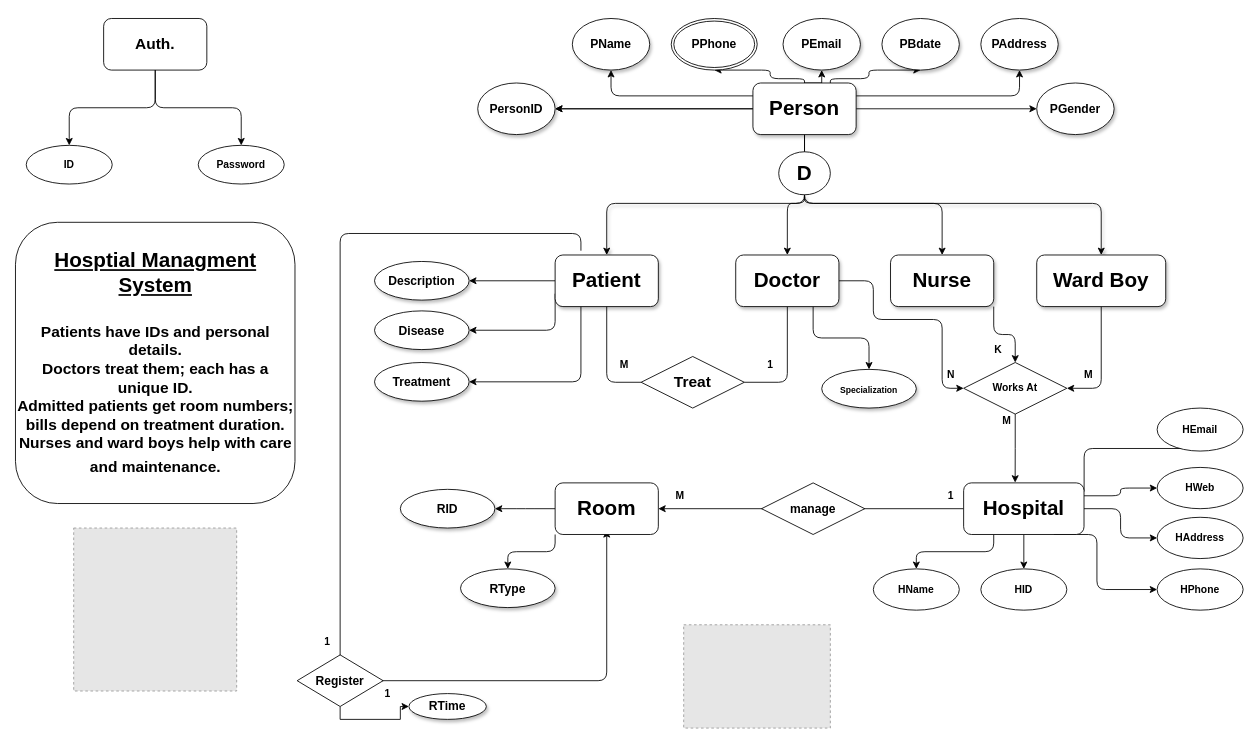
The draw.io diagram Hosptial System.drawio in MahmoudEssam707/Hosptial-Database-System, before the edit. Source tidied: cells renumbered, new cells numbered last; positions are measured from the earlier drawing's top-left corner, leaving out a move shared by most shapes. Both pictures are drawn from the tidied source at 86%, with x=0, y=0 at pixel (15, 18). Pictures stored in the file or linked from it are replaced by grey dashed boxes.
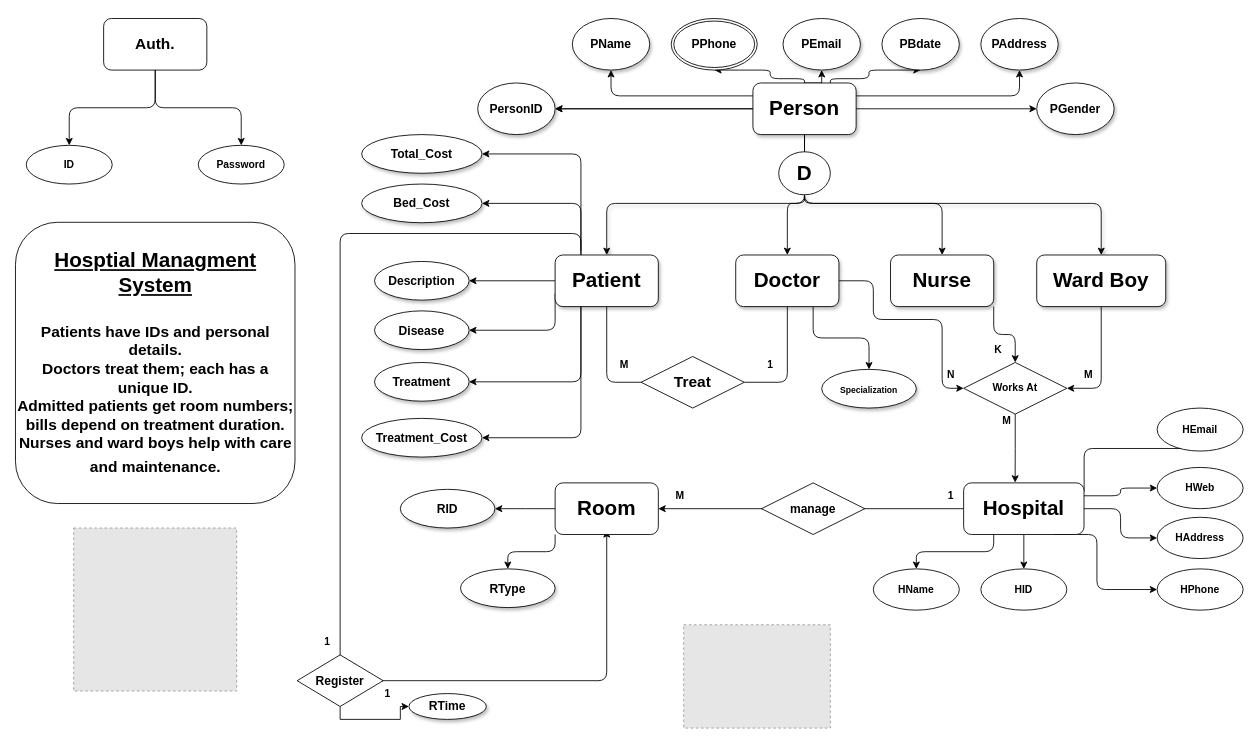
The same page after the edit.

Unchanged cells that the change refers to:
```xml
<mxCell id="21" value="&lt;h1&gt;&lt;font face=&quot;source code pro&quot;&gt;Patient&lt;/font&gt;&lt;/h1&gt;" style="whiteSpace=wrap;html=1;fontFamily=Verdana;rounded=1;labelBorderColor=none;shadow=1;" parent="1" vertex="1">
  <mxGeometry x="628" y="275" width="120" height="60" as="geometry" />
</mxCell>
```

Diff of the diagram source:
```diff
@@
+    <mxCell id="85" style="edgeStyle=orthogonalEdgeStyle;rounded=1;jettySize=auto;html=1;exitX=0.25;exitY=1;exitDx=0;exitDy=0;entryX=1;entryY=0.5;entryDx=0;entryDy=0;" parent="1" edge="1" source="21" target="88">
+      <mxGeometry relative="1" as="geometry" />
+    </mxCell>
+    <mxCell id="86" style="edgeStyle=orthogonalEdgeStyle;rounded=1;jettySize=auto;html=1;exitX=0.25;exitY=0;exitDx=0;exitDy=0;entryX=1;entryY=0.5;entryDx=0;entryDy=0;" parent="1" edge="1" source="21" target="89">
+      <mxGeometry relative="1" as="geometry" />
+    </mxCell>
+    <mxCell id="87" style="edgeStyle=orthogonalEdgeStyle;rounded=1;jettySize=auto;html=1;exitX=0.25;exitY=0;exitDx=0;exitDy=0;entryX=1;entryY=0.5;entryDx=0;entryDy=0;" parent="1" edge="1" source="21" target="90">
+      <mxGeometry relative="1" as="geometry" />
+    </mxCell>
@@
+    <mxCell id="88" value="&lt;h3&gt;&lt;font face=&quot;source code pro&quot;&gt;Treatment_Cost&lt;/font&gt;&lt;/h3&gt;" style="ellipse;whiteSpace=wrap;html=1;fontFamily=Verdana;rounded=1;labelBorderColor=none;shadow=1;" parent="1" vertex="1">
+      <mxGeometry x="403" y="465" width="140" height="45" as="geometry" />
+    </mxCell>
+    <mxCell id="89" value="&lt;h3&gt;&lt;font face=&quot;source code pro&quot;&gt;Bed_Cost&lt;/font&gt;&lt;/h3&gt;" style="ellipse;whiteSpace=wrap;html=1;fontFamily=Verdana;rounded=1;labelBorderColor=none;shadow=1;" parent="1" vertex="1">
+      <mxGeometry x="403" y="192.5" width="140" height="45" as="geometry" />
+    </mxCell>
+    <mxCell id="90" value="&lt;h3&gt;&lt;font face=&quot;source code pro&quot;&gt;Total_Cost&lt;/font&gt;&lt;/h3&gt;" style="ellipse;whiteSpace=wrap;html=1;fontFamily=Verdana;rounded=1;labelBorderColor=none;shadow=1;" parent="1" vertex="1">
+      <mxGeometry x="403" y="135" width="140" height="45" as="geometry" />
+    </mxCell>
```
